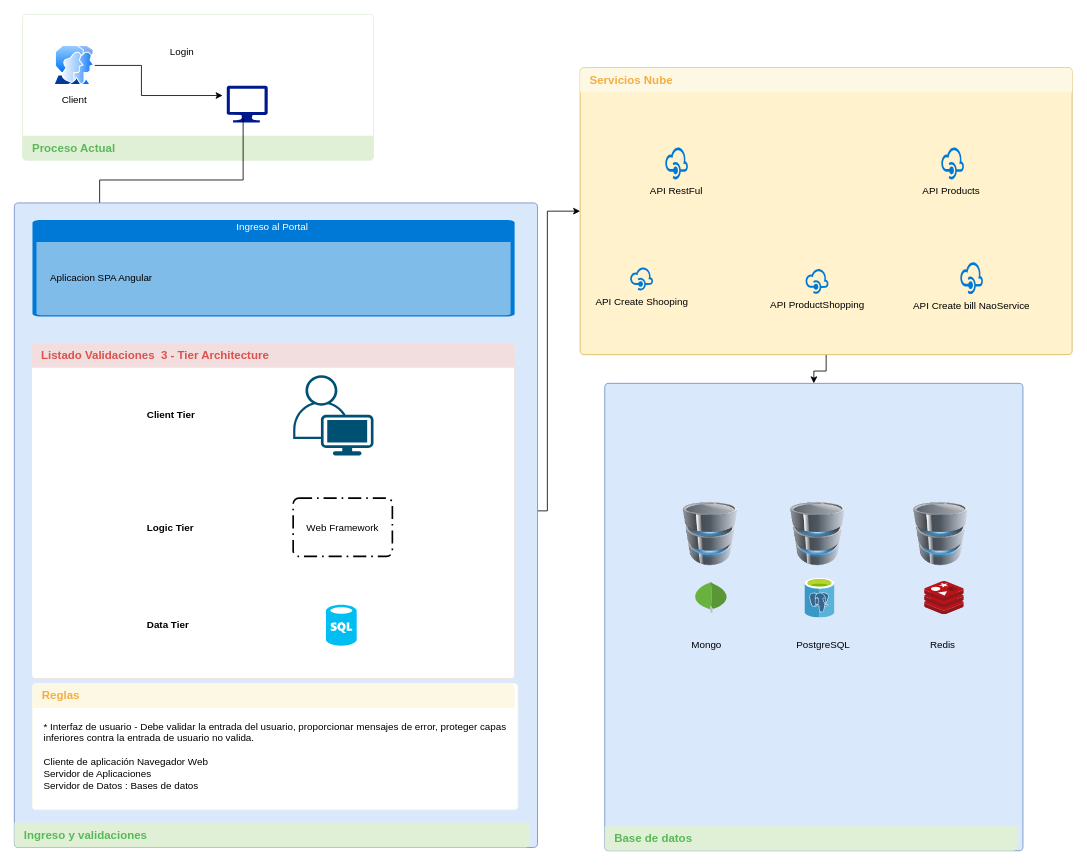
Earlier version of the draw.io diagram Untitled Diagram.drawio (cafajardop/Architecting-skills). Source tidied: cells renumbered, new cells numbered last; positions are measured from the earlier drawing's top-left corner, leaving out a move shared by most shapes. Both pictures are drawn from the tidied source at 82%, with x=0, y=0 at pixel (14, 14).
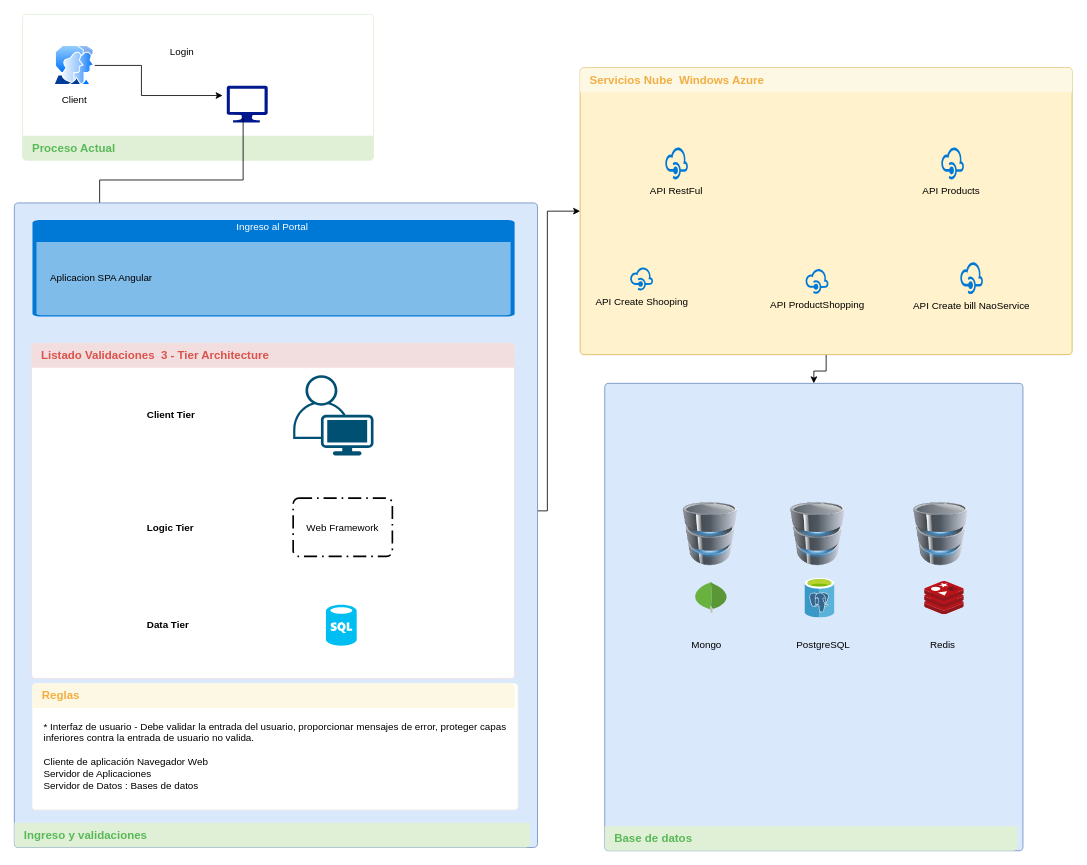
The same diagram, later.

Unchanged cells that the change refers to:
```xml
<mxCell id="3" style="html=1;shadow=0;dashed=0;shape=mxgraph.bootstrap.rrect;align=center;rSize=5;strokeColor=#d6b656;fillColor=#fff2cc;spacingTop=30;whiteSpace=wrap;" parent="1" vertex="1">
  <mxGeometry x="690" y="65" width="600" height="350" as="geometry" />
</mxCell>
```

The edit, as a diff of the source:
```diff
@@
-    <mxCell id="4" value="Servicios Nube" style="html=1;shadow=0;dashed=0;shape=mxgraph.bootstrap.topButton;rSize=5;strokeColor=none;fillColor=#FDF8E4;fontColor=#F2AE43;fontSize=14;fontStyle=1;align=left;spacingLeft=10;whiteSpace=wrap;" parent="3" vertex="1">
+    <mxCell id="4" value="Servicios Nube&amp;nbsp; Windows Azure" style="html=1;shadow=0;dashed=0;shape=mxgraph.bootstrap.topButton;rSize=5;strokeColor=none;fillColor=#FDF8E4;fontColor=#F2AE43;fontSize=14;fontStyle=1;align=left;spacingLeft=10;whiteSpace=wrap;" parent="3" vertex="1">
       <mxGeometry width="600" height="30" relative="1" as="geometry" />
     </mxCell>
```
